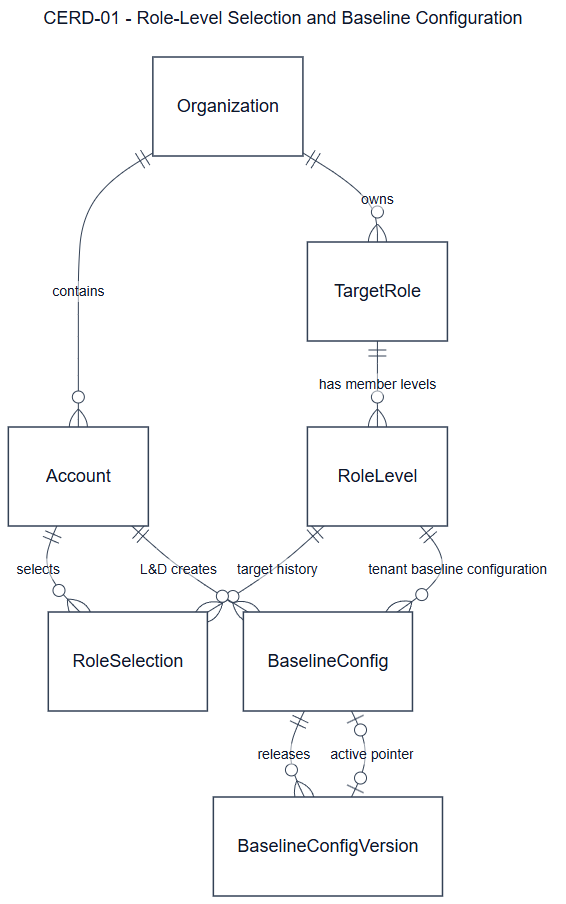
Earlier version of the Mermaid export documents/diagrams/mermaid/cerd-01.png (SEP490-Fall-2026-GFA26SE64/SEP490). Its source is kept beside it as documents/diagrams/mermaid/cerd-01.mmd.
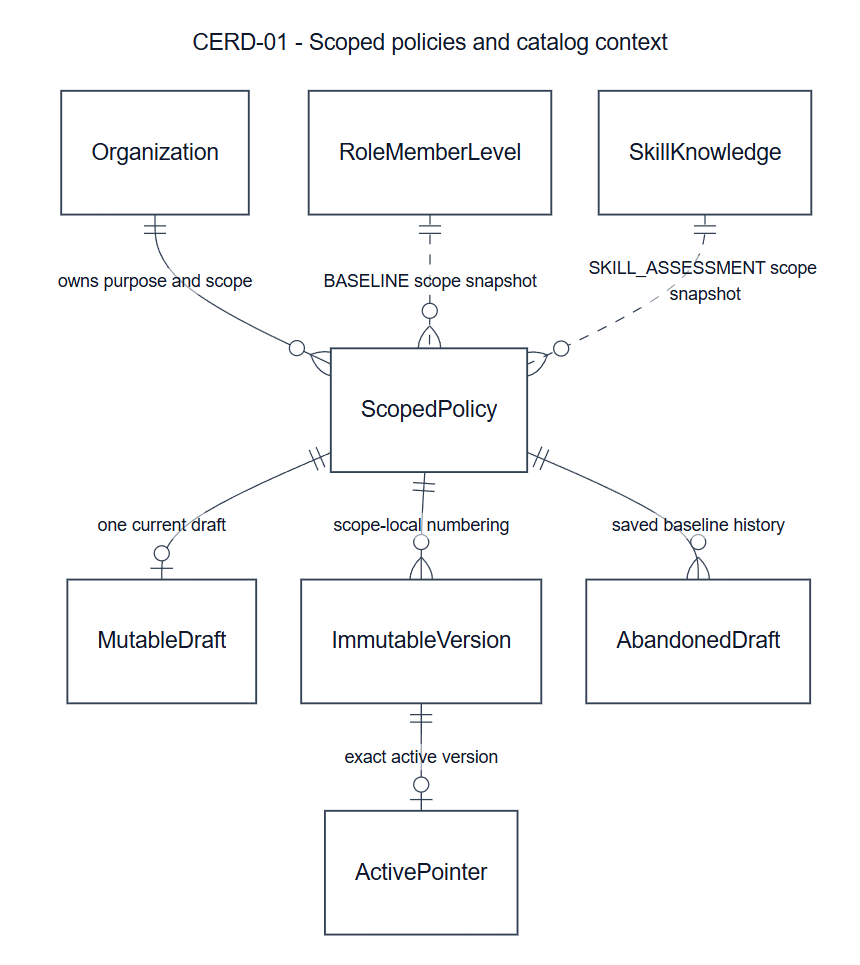
Above is the later version.

What changed in the source:
```diff
@@ -1,5 +1,5 @@
 ---
-title: "CERD-01 - Role-Level Selection and Baseline Configuration"
+title: "CERD-01 - Scoped policies and catalog context"
 config:
   layout: dagre
   look: classic
@@ -9,21 +9,13 @@
   themeVariables: {background: "#ffffff", primaryColor: "#ffffff", primaryTextColor: "#0f172a", primaryBorderColor: "#334155", lineColor: "#334155", textColor: "#0f172a", edgeLabelBackground: "#ffffff", fontSize: "18px"}
   er: {nodeSpacing: 36, rankSpacing: 65, minEntityWidth: 140, diagramPadding: 24}
 ---
+
 erDiagram
   direction TB
-  Organization["Organization"]
-  Account["Account"]
-  TargetRole["TargetRole"]
-  RoleLevel["RoleLevel"]
-  RoleSelection["RoleSelection"]
-  BaselineConfig["BaselineConfig"]
-  BaselineConfigVersion["BaselineConfigVersion"]
-  Organization ||--o{ Account : "contains"
-  Organization ||--o{ TargetRole : "owns"
-  TargetRole ||--o{ RoleLevel : "has member levels"
-  Account ||--o{ RoleSelection : "selects"
-  RoleLevel ||--o{ RoleSelection : "target history"
-  RoleLevel ||--o{ BaselineConfig : "tenant baseline configuration"
-  Account ||--o{ BaselineConfig : "L&D creates"
-  BaselineConfig ||--o{ BaselineConfigVersion : "releases"
-  BaselineConfig o|--o| BaselineConfigVersion : "active pointer"
+  Organization ||--o{ ScopedPolicy : "owns purpose and scope"
+  RoleMemberLevel ||..o{ ScopedPolicy : "BASELINE scope snapshot"
+  SkillKnowledge ||..o{ ScopedPolicy : "SKILL_ASSESSMENT scope snapshot"
+  ScopedPolicy ||--o| MutableDraft : "one current draft"
+  ScopedPolicy ||--o{ ImmutableVersion : "scope-local numbering"
+  ImmutableVersion ||--o| ActivePointer : "exact active version"
+  ScopedPolicy ||--o{ AbandonedDraft : "saved baseline history"
```
